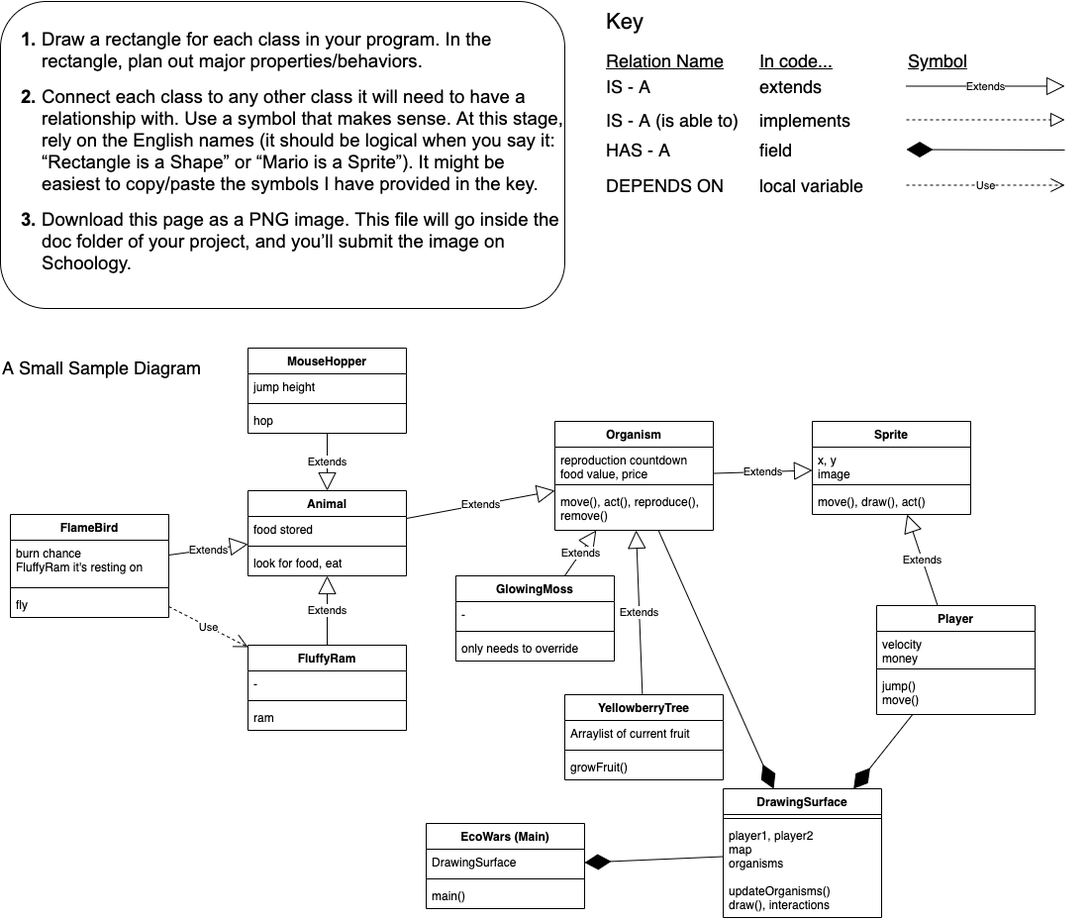
Before: doc/UML Ecowars.png, a diagram exported from draw.io (HHSAPCompSci2020/capstone-project-11-out-of-10). Source tidied: cells renumbered, new cells last; positions are measured from the earlier drawing's top-left corner, leaving out a move shared by most shapes.
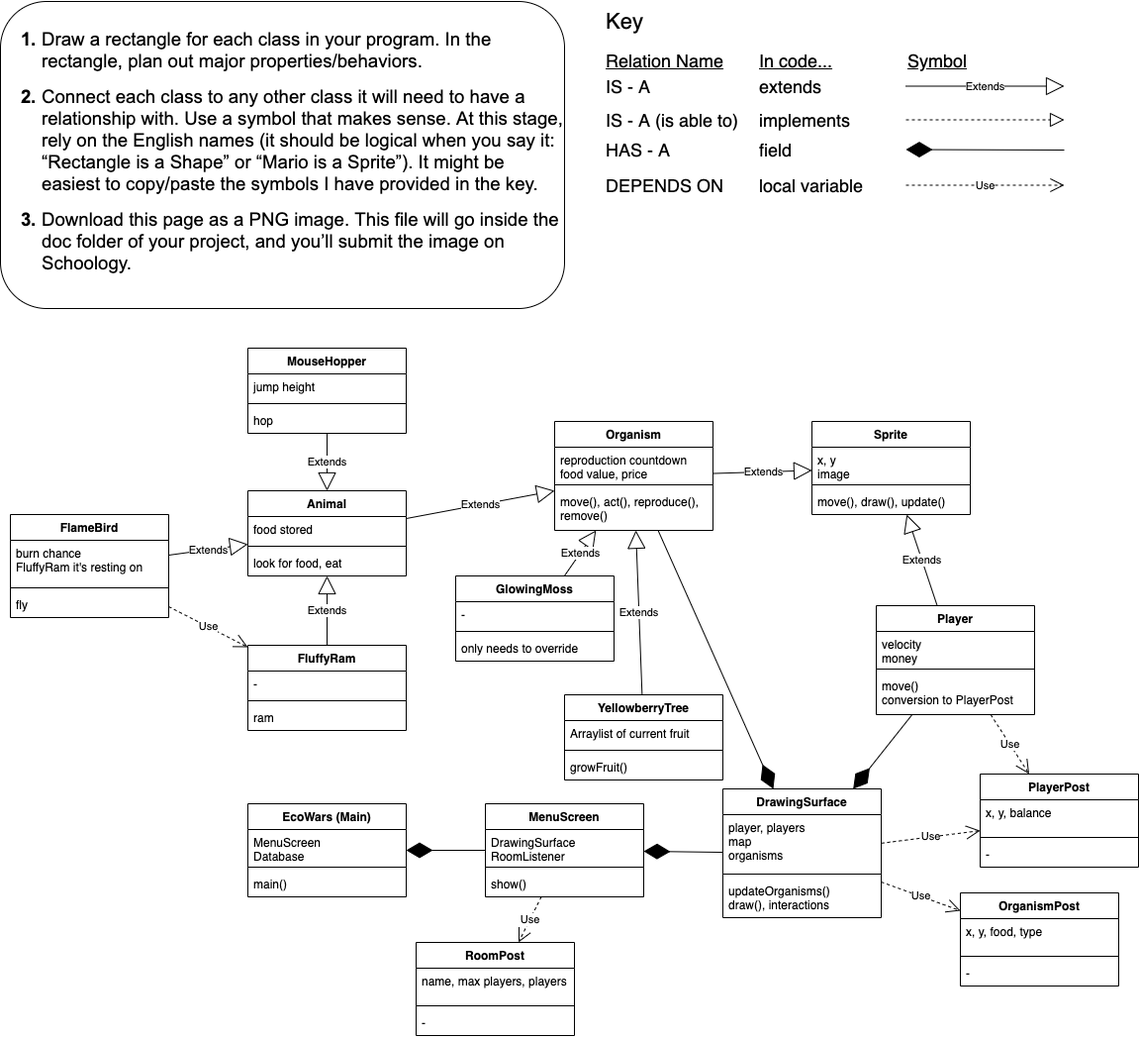
Later version of the same file.

The edit, as a diff of the source:
```diff
@@ -5,9 +5,6 @@
     <mxCell id="2" value="&lt;br&gt;&lt;br&gt;&lt;b style=&quot;font-weight: normal&quot; id=&quot;docs-internal-guid-c7d128cd-7fff-e6f1-a204-49fbba2cfa26&quot;&gt;&lt;ol style=&quot;margin-top: 0 ; margin-bottom: 0&quot;&gt;&lt;li dir=&quot;ltr&quot; style=&quot;list-style-type: decimal ; font-size: 14pt ; font-family: &amp;#34;arial&amp;#34; ; color: rgb(0 , 0 , 0) ; background-color: transparent ; font-weight: 700 ; font-style: normal ; font-variant: normal ; text-decoration: none ; vertical-align: baseline&quot;&gt;&lt;p dir=&quot;ltr&quot; style=&quot;line-height: 1.2 ; margin-top: 0pt ; margin-bottom: 0pt&quot;&gt;&lt;span style=&quot;font-size: 14pt ; font-family: &amp;#34;arial&amp;#34; ; color: rgb(0 , 0 , 0) ; background-color: transparent ; font-weight: 400 ; font-style: normal ; font-variant: normal ; text-decoration: none ; vertical-align: baseline&quot;&gt;Draw a rectangle for each class in your program. In the rectangle, plan out major properties/behaviors.&lt;/span&gt;&lt;/p&gt;&lt;/li&gt;&lt;/ol&gt;&lt;br&gt;&lt;ol style=&quot;margin-top: 0 ; margin-bottom: 0&quot; start=&quot;2&quot;&gt;&lt;li dir=&quot;ltr&quot; style=&quot;list-style-type: decimal ; font-size: 14pt ; font-family: &amp;#34;arial&amp;#34; ; color: rgb(0 , 0 , 0) ; background-color: transparent ; font-weight: 700 ; font-style: normal ; font-variant: normal ; text-decoration: none ; vertical-align: baseline&quot;&gt;&lt;p dir=&quot;ltr&quot; style=&quot;line-height: 1.2 ; margin-top: 0pt ; margin-bottom: 0pt&quot;&gt;&lt;span style=&quot;font-size: 14pt ; font-family: &amp;#34;arial&amp;#34; ; color: rgb(0 , 0 , 0) ; background-color: transparent ; font-weight: 400 ; font-style: normal ; font-variant: normal ; text-decoration: none ; vertical-align: baseline&quot;&gt;Connect each class to any other class it will need to have a relationship with. Use a symbol that makes sense. At this stage, rely on the English names (it should be logical when you say it: “Rectangle is a Shape” or “Mario is a Sprite”). It might be easiest to copy/paste the symbols I have provided in the key.&lt;/span&gt;&lt;/p&gt;&lt;/li&gt;&lt;/ol&gt;&lt;br&gt;&lt;ol style=&quot;margin-top: 0 ; margin-bottom: 0&quot; start=&quot;3&quot;&gt;&lt;li dir=&quot;ltr&quot; style=&quot;list-style-type: decimal ; font-size: 14pt ; font-family: &amp;#34;arial&amp;#34; ; color: rgb(0 , 0 , 0) ; background-color: transparent ; font-weight: 700 ; font-style: normal ; font-variant: normal ; text-decoration: none ; vertical-align: baseline&quot;&gt;&lt;p dir=&quot;ltr&quot; style=&quot;line-height: 1.2 ; margin-top: 0pt ; margin-bottom: 0pt&quot;&gt;&lt;span style=&quot;font-size: 14pt ; font-family: &amp;#34;arial&amp;#34; ; color: rgb(0 , 0 , 0) ; background-color: transparent ; font-weight: 400 ; font-style: normal ; font-variant: normal ; text-decoration: none ; vertical-align: baseline&quot;&gt;Download this page as a PNG image. This file will go inside the doc folder of your project, and you’ll submit the image on Schoology.&lt;/span&gt;&lt;/p&gt;&lt;/li&gt;&lt;/ol&gt;&lt;div&gt;&lt;font face=&quot;arial&quot;&gt;&lt;span style=&quot;font-size: 18.6667px&quot;&gt;&lt;br&gt;&lt;/span&gt;&lt;/font&gt;&lt;/div&gt;&lt;div&gt;&lt;br&gt;&lt;/div&gt;&lt;/b&gt;" style="rounded=1;whiteSpace=wrap;html=1;align=left;" parent="1" vertex="1">
       <mxGeometry width="570" height="310" as="geometry" />
     </mxCell>
-    <mxCell id="3" value="&lt;font style=&quot;font-size: 18px&quot;&gt;A Small Sample Diagram&lt;/font&gt;" style="text;html=1;align=left;verticalAlign=middle;strokeColor=none;" parent="1" vertex="1">
-      <mxGeometry y="360" width="220" height="20" as="geometry" />
-    </mxCell>
     <mxCell id="4" value="&lt;font style=&quot;font-size: 22px&quot;&gt;Key&lt;/font&gt;" style="text;html=1;align=left;verticalAlign=middle;strokeColor=none;" parent="1" vertex="1">
       <mxGeometry x="610" y="10" width="50" height="20" as="geometry" />
     </mxCell>
@@ -95,12 +92,12 @@
     <mxCell id="28" value="DrawingSurface" style="swimlane;fontStyle=1;align=center;verticalAlign=top;horizontal=1;startSize=26;" parent="1" vertex="1">
       <mxGeometry x="730" y="795" width="160" height="130" as="geometry" />
     </mxCell>
+    <mxCell id="30" value="player, players&#10;map&#10;organisms" style="text;strokeColor=none;fillColor=none;align=left;verticalAlign=top;spacingLeft=4;spacingRight=4;overflow=hidden;" parent="28" vertex="1">
+      <mxGeometry y="26" width="160" height="56" as="geometry" />
+    </mxCell>
     <mxCell id="29" style="line;strokeWidth=1;fillColor=none;align=left;verticalAlign=middle;spacingTop=-1;spacingLeft=3;spacingRight=3;labelPosition=right;" parent="28" vertex="1">
-      <mxGeometry y="26" width="160" height="8" as="geometry" />
+      <mxGeometry y="82" width="160" height="8" as="geometry" />
     </mxCell>
-    <mxCell id="30" value="player1, player2&#10;map&#10;organisms" style="text;strokeColor=none;fillColor=none;align=left;verticalAlign=top;spacingLeft=4;spacingRight=4;overflow=hidden;" parent="28" vertex="1">
-      <mxGeometry y="34" width="160" height="56" as="geometry" />
-    </mxCell>
     <mxCell id="31" value="updateOrganisms()&#10;draw(), interactions" style="text;strokeColor=none;fillColor=none;align=left;verticalAlign=top;spacingLeft=4;spacingRight=4;overflow=hidden;" parent="28" vertex="1">
       <mxGeometry y="90" width="160" height="40" as="geometry" />
     </mxCell>
@@ -113,7 +110,7 @@
     <mxCell id="34" style="line;strokeWidth=1;fillColor=none;align=left;verticalAlign=middle;spacingTop=-1;spacingLeft=3;spacingRight=3;labelPosition=right;" parent="32" vertex="1">
       <mxGeometry y="60" width="160" height="8" as="geometry" />
     </mxCell>
-    <mxCell id="35" value="jump()&#10;move()" style="text;strokeColor=none;fillColor=none;align=left;verticalAlign=top;spacingLeft=4;spacingRight=4;overflow=hidden;" parent="32" vertex="1">
+    <mxCell id="35" value="move()&#10;conversion to PlayerPost" style="text;strokeColor=none;fillColor=none;align=left;verticalAlign=top;spacingLeft=4;spacingRight=4;overflow=hidden;" parent="32" vertex="1">
       <mxGeometry y="68" width="160" height="42" as="geometry" />
     </mxCell>
     <mxCell id="36" value="Sprite" style="swimlane;fontStyle=1;align=center;verticalAlign=top;horizontal=1;startSize=26;" parent="1" vertex="1">
@@ -125,7 +122,7 @@
     <mxCell id="38" style="line;strokeWidth=1;fillColor=none;align=left;verticalAlign=middle;spacingTop=-1;spacingLeft=3;spacingRight=3;labelPosition=right;" parent="36" vertex="1">
       <mxGeometry y="60" width="160" height="8" as="geometry" />
     </mxCell>
-    <mxCell id="39" value="move(), draw(), act()" style="text;strokeColor=none;fillColor=none;align=left;verticalAlign=top;spacingLeft=4;spacingRight=4;overflow=hidden;" parent="36" vertex="1">
+    <mxCell id="39" value="move(), draw(), update()" style="text;strokeColor=none;fillColor=none;align=left;verticalAlign=top;spacingLeft=4;spacingRight=4;overflow=hidden;" parent="36" vertex="1">
       <mxGeometry y="68" width="160" height="26" as="geometry" />
     </mxCell>
     <mxCell id="40" value="Extends" style="endArrow=block;endSize=16;endFill=0;html=1;" parent="1" edge="1" source="20" target="36">
@@ -162,16 +159,16 @@
       <mxGeometry y="78" width="160" height="26" as="geometry" />
     </mxCell>
     <mxCell id="51" value="EcoWars (Main)" style="swimlane;fontStyle=1;align=center;verticalAlign=top;horizontal=1;startSize=26;" parent="1" vertex="1">
-      <mxGeometry x="430" y="830" width="160" height="86" as="geometry" />
+      <mxGeometry x="250" y="810" width="160" height="94" as="geometry" />
     </mxCell>
-    <mxCell id="52" value="DrawingSurface" style="text;strokeColor=none;fillColor=none;align=left;verticalAlign=top;spacingLeft=4;spacingRight=4;overflow=hidden;" parent="51" vertex="1">
-      <mxGeometry y="26" width="160" height="26" as="geometry" />
+    <mxCell id="52" value="MenuScreen&#10;Database" style="text;strokeColor=none;fillColor=none;align=left;verticalAlign=top;spacingLeft=4;spacingRight=4;overflow=hidden;" parent="51" vertex="1">
+      <mxGeometry y="26" width="160" height="34" as="geometry" />
     </mxCell>
     <mxCell id="53" style="line;strokeWidth=1;fillColor=none;align=left;verticalAlign=middle;spacingTop=-1;spacingLeft=3;spacingRight=3;labelPosition=right;" parent="51" vertex="1">
-      <mxGeometry y="52" width="160" height="8" as="geometry" />
+      <mxGeometry y="60" width="160" height="8" as="geometry" />
     </mxCell>
     <mxCell id="54" value="main()" style="text;strokeColor=none;fillColor=none;align=left;verticalAlign=top;spacingLeft=4;spacingRight=4;overflow=hidden;" parent="51" vertex="1">
-      <mxGeometry y="60" width="160" height="26" as="geometry" />
+      <mxGeometry y="68" width="160" height="26" as="geometry" />
     </mxCell>
     <mxCell id="55" value="FluffyRam" style="swimlane;fontStyle=1;align=center;verticalAlign=top;horizontal=1;startSize=26;" parent="1" vertex="1">
       <mxGeometry x="250" y="650" width="160" height="86" as="geometry" />
@@ -230,11 +227,74 @@
     <mxCell id="73" style="endArrow=diamondThin;endFill=1;endSize=24;html=1;" parent="1" edge="1" source="20" target="28">
       <mxGeometry relative="1" as="geometry" />
     </mxCell>
-    <mxCell id="74" style="endArrow=diamondThin;endFill=1;endSize=24;html=1;" parent="1" edge="1" source="28" target="51">
+    <mxCell id="74" style="endArrow=diamondThin;endFill=1;endSize=24;html=1;" parent="1" edge="1" source="76" target="51">
       <mxGeometry relative="1" as="geometry" />
     </mxCell>
     <mxCell id="75" value="Use" style="endArrow=open;endSize=12;dashed=1;html=1;" parent="1" edge="1" source="47" target="55">
       <mxGeometry relative="1" as="geometry" />
     </mxCell>
+    <mxCell id="76" value="MenuScreen" style="swimlane;fontStyle=1;align=center;verticalAlign=top;horizontal=1;startSize=26;" parent="1" vertex="1">
+      <mxGeometry x="490" y="810" width="160" height="94" as="geometry" />
+    </mxCell>
+    <mxCell id="77" value="DrawingSurface&#10;RoomListener" style="text;strokeColor=none;fillColor=none;align=left;verticalAlign=top;spacingLeft=4;spacingRight=4;overflow=hidden;" parent="76" vertex="1">
+      <mxGeometry y="26" width="160" height="34" as="geometry" />
+    </mxCell>
+    <mxCell id="78" style="line;strokeWidth=1;fillColor=none;align=left;verticalAlign=middle;spacingTop=-1;spacingLeft=3;spacingRight=3;labelPosition=right;" parent="76" vertex="1">
+      <mxGeometry y="60" width="160" height="8" as="geometry" />
+    </mxCell>
+    <mxCell id="79" value="show()" style="text;strokeColor=none;fillColor=none;align=left;verticalAlign=top;spacingLeft=4;spacingRight=4;overflow=hidden;" parent="76" vertex="1">
+      <mxGeometry y="68" width="160" height="26" as="geometry" />
+    </mxCell>
+    <mxCell id="80" style="endArrow=diamondThin;endFill=1;endSize=24;html=1;" parent="1" edge="1" source="28" target="76">
+      <mxGeometry relative="1" as="geometry" />
+    </mxCell>
+    <mxCell id="81" value="RoomPost" style="swimlane;fontStyle=1;align=center;verticalAlign=top;horizontal=1;startSize=26;" parent="1" vertex="1">
+      <mxGeometry x="420" y="950" width="160" height="94" as="geometry" />
+    </mxCell>
+    <mxCell id="82" value="name, max players, players" style="text;strokeColor=none;fillColor=none;align=left;verticalAlign=top;spacingLeft=4;spacingRight=4;overflow=hidden;" parent="81" vertex="1">
+      <mxGeometry y="26" width="160" height="34" as="geometry" />
+    </mxCell>
+    <mxCell id="83" style="line;strokeWidth=1;fillColor=none;align=left;verticalAlign=middle;spacingTop=-1;spacingLeft=3;spacingRight=3;labelPosition=right;" parent="81" vertex="1">
+      <mxGeometry y="60" width="160" height="8" as="geometry" />
+    </mxCell>
+    <mxCell id="84" value="-" style="text;strokeColor=none;fillColor=none;align=left;verticalAlign=top;spacingLeft=4;spacingRight=4;overflow=hidden;" parent="81" vertex="1">
+      <mxGeometry y="68" width="160" height="26" as="geometry" />
+    </mxCell>
+    <mxCell id="85" value="Use" style="endArrow=open;endSize=12;dashed=1;html=1;" parent="1" edge="1" source="76" target="81">
+      <mxGeometry relative="1" as="geometry" />
+    </mxCell>
+    <mxCell id="86" value="PlayerPost" style="swimlane;fontStyle=1;align=center;verticalAlign=top;horizontal=1;startSize=26;" parent="1" vertex="1">
+      <mxGeometry x="990" y="780" width="160" height="94" as="geometry" />
+    </mxCell>
+    <mxCell id="87" value="x, y, balance" style="text;strokeColor=none;fillColor=none;align=left;verticalAlign=top;spacingLeft=4;spacingRight=4;overflow=hidden;" parent="86" vertex="1">
+      <mxGeometry y="26" width="160" height="34" as="geometry" />
+    </mxCell>
+    <mxCell id="88" style="line;strokeWidth=1;fillColor=none;align=left;verticalAlign=middle;spacingTop=-1;spacingLeft=3;spacingRight=3;labelPosition=right;" parent="86" vertex="1">
+      <mxGeometry y="60" width="160" height="8" as="geometry" />
+    </mxCell>
+    <mxCell id="89" value="-" style="text;strokeColor=none;fillColor=none;align=left;verticalAlign=top;spacingLeft=4;spacingRight=4;overflow=hidden;" parent="86" vertex="1">
+      <mxGeometry y="68" width="160" height="26" as="geometry" />
+    </mxCell>
+    <mxCell id="90" value="OrganismPost" style="swimlane;fontStyle=1;align=center;verticalAlign=top;horizontal=1;startSize=26;" parent="1" vertex="1">
+      <mxGeometry x="970" y="900" width="160" height="94" as="geometry" />
+    </mxCell>
+    <mxCell id="91" value="x, y, food, type" style="text;strokeColor=none;fillColor=none;align=left;verticalAlign=top;spacingLeft=4;spacingRight=4;overflow=hidden;" parent="90" vertex="1">
+      <mxGeometry y="26" width="160" height="34" as="geometry" />
+    </mxCell>
+    <mxCell id="92" style="line;strokeWidth=1;fillColor=none;align=left;verticalAlign=middle;spacingTop=-1;spacingLeft=3;spacingRight=3;labelPosition=right;" parent="90" vertex="1">
+      <mxGeometry y="60" width="160" height="8" as="geometry" />
+    </mxCell>
+    <mxCell id="93" value="-" style="text;strokeColor=none;fillColor=none;align=left;verticalAlign=top;spacingLeft=4;spacingRight=4;overflow=hidden;" parent="90" vertex="1">
+      <mxGeometry y="68" width="160" height="26" as="geometry" />
+    </mxCell>
+    <mxCell id="94" value="Use" style="endArrow=open;endSize=12;dashed=1;html=1;" parent="1" edge="1" source="28" target="90">
+      <mxGeometry relative="1" as="geometry" />
+    </mxCell>
+    <mxCell id="95" value="Use" style="endArrow=open;endSize=12;dashed=1;html=1;" parent="1" edge="1" source="28" target="86">
+      <mxGeometry relative="1" as="geometry" />
+    </mxCell>
+    <mxCell id="96" value="Use" style="endArrow=open;endSize=12;dashed=1;html=1;" parent="1" edge="1" source="32" target="86">
+      <mxGeometry relative="1" as="geometry" />
+    </mxCell>
   </root>
 </mxGraphModel>
```
